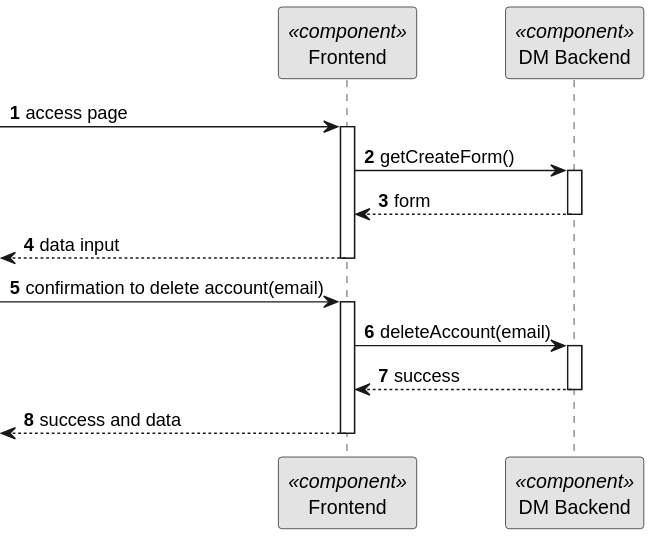
The PlantUML diagram docs/BackofficeModule/5.1.10/sequence-diagram-2.svg in Ana-Miguel-Silva/SurgicalAppointmentAndResourceManagement, before a commit.
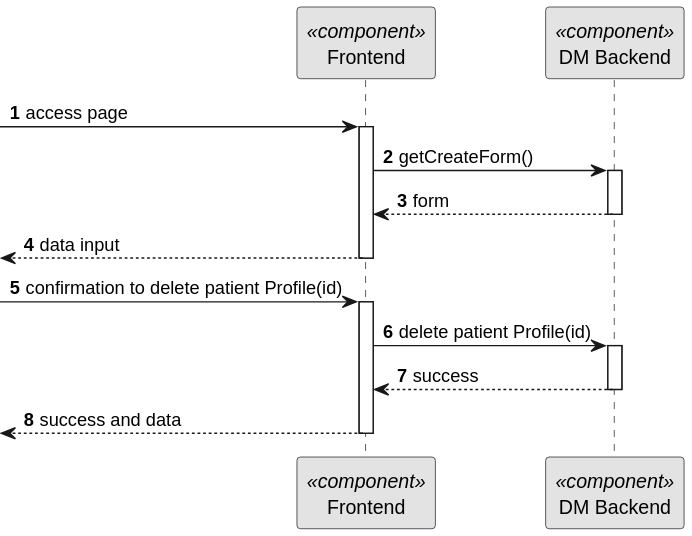
Above is the later version.

The edit, as a diff of the source:
```diff
@@ -22,9 +22,9 @@
 
 deactivate FE
 
--> FE : confirmation to delete account(email)
+-> FE : confirmation to delete patient Profile(id)
 activate FE
-FE -> BE: deleteAccount(email)
+FE -> BE: delete patient Profile(id)
 activate BE
 BE --> FE: success
 deactivate BE
```
